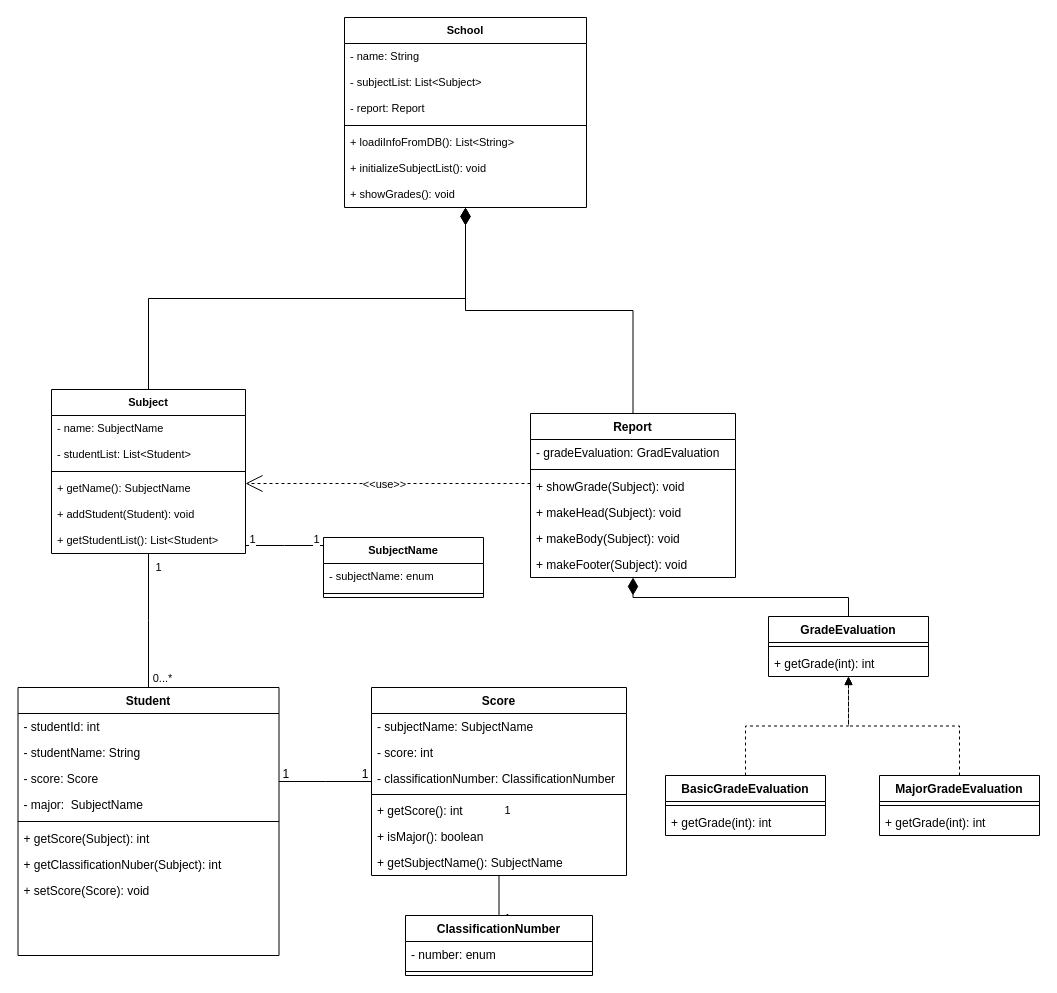
cire0304/master-pre keeps this draw.io diagram as Week 3/src/ThursdayOfMission/mission2/ClassDiagram.drawio. Above is the earlier version. Source tidied: cells renumbered, new cells numbered last; positions are measured from the earlier drawing's top-left corner, leaving out a move shared by most shapes. Both pictures are drawn from the tidied source at 100%, with x=0, y=0 at pixel (18, 17).
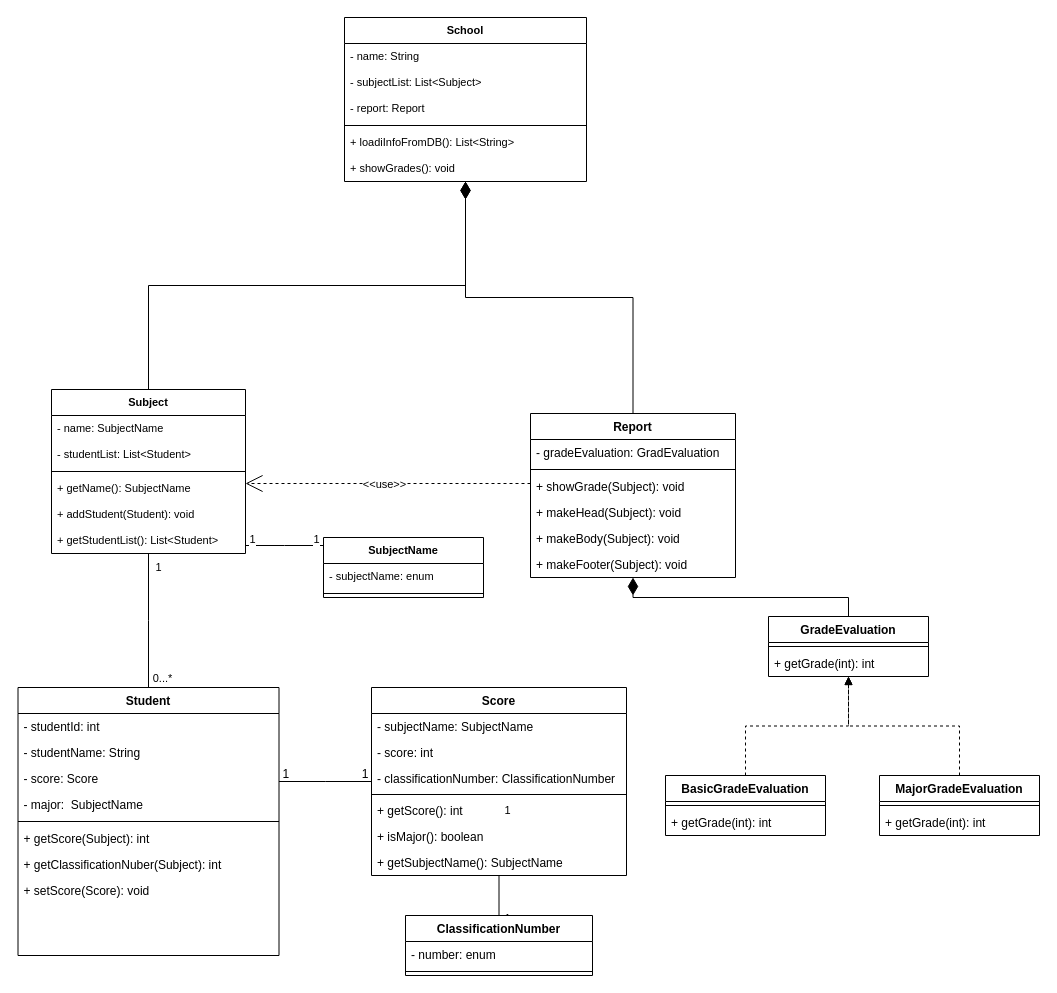
Above is the later version.

What changed in the source:
```diff
@@
     <mxCell id="57" value="School" style="swimlane;fontStyle=1;align=center;verticalAlign=top;horizontal=1;startSize=26;fontFamily=Helvetica;fontSize=11;fontColor=default;" parent="1" vertex="1">
-      <mxGeometry x="326" width="242" height="190" as="geometry" />
+      <mxGeometry x="326" width="242" height="164" as="geometry" />
     </mxCell>
@@
-    <mxCell id="63" value="+ initializeSubjectList(): void" style="text;strokeColor=none;fillColor=none;align=left;verticalAlign=top;spacingLeft=4;spacingRight=4;overflow=hidden;fontFamily=Helvetica;fontSize=11;fontColor=default;" parent="57" vertex="1">
-      <mxGeometry y="138" width="242" height="26" as="geometry" />
-    </mxCell>
     <mxCell id="64" value="+ showGrades(): void" style="text;strokeColor=none;fillColor=none;align=left;verticalAlign=top;spacingLeft=4;spacingRight=4;overflow=hidden;fontFamily=Helvetica;fontSize=11;fontColor=default;" parent="57" vertex="1">
-      <mxGeometry y="164" width="242" height="26" as="geometry" />
+      <mxGeometry y="138" width="242" height="26" as="geometry" />
     </mxCell>
```
